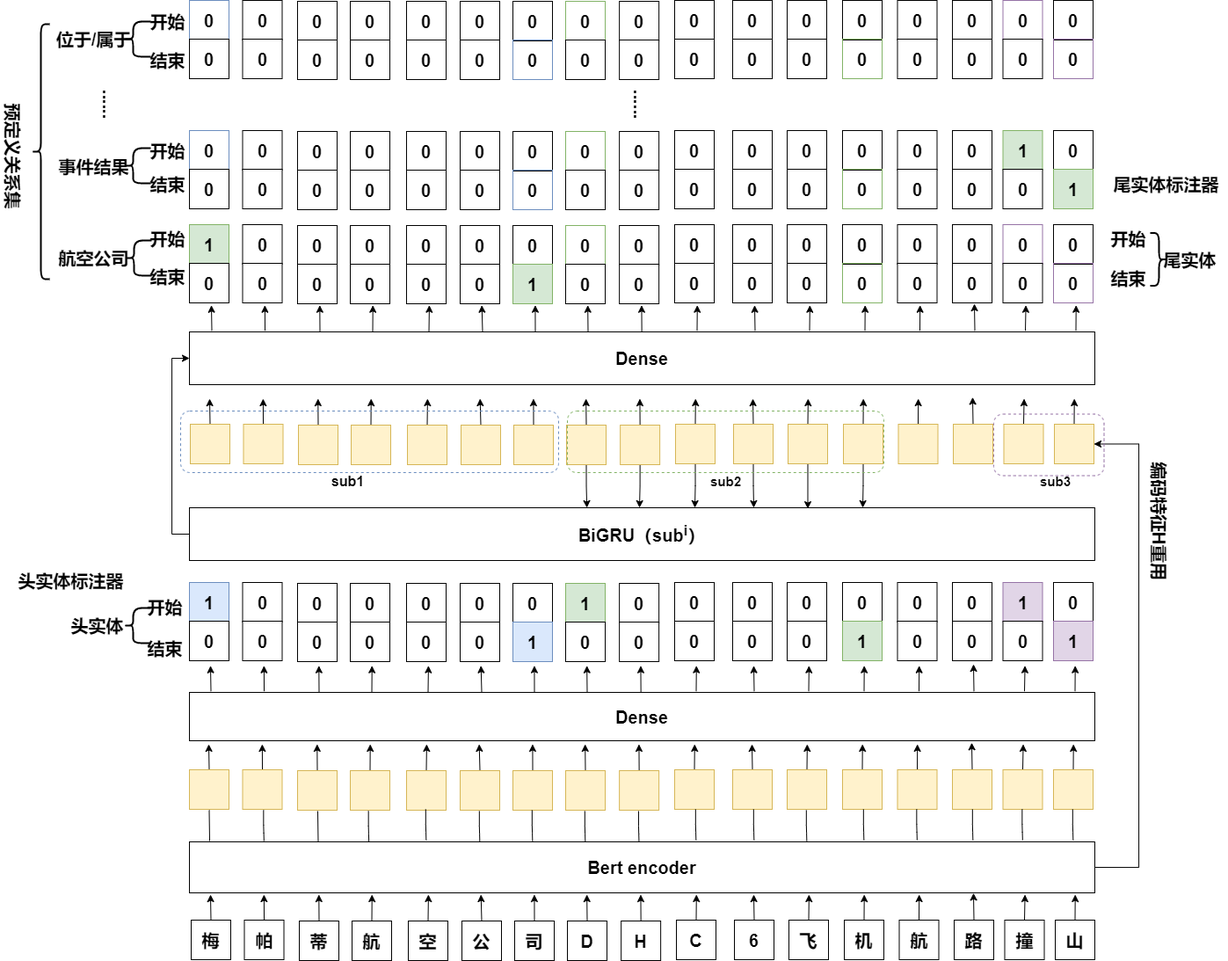
The draw.io diagram 分层序列标注流程图.png in bigbigkid/begin_one, before a commit. Source tidied: cells renumbered, new cells last; positions are measured from the earlier drawing's top-left corner, leaving out a move shared by most shapes.
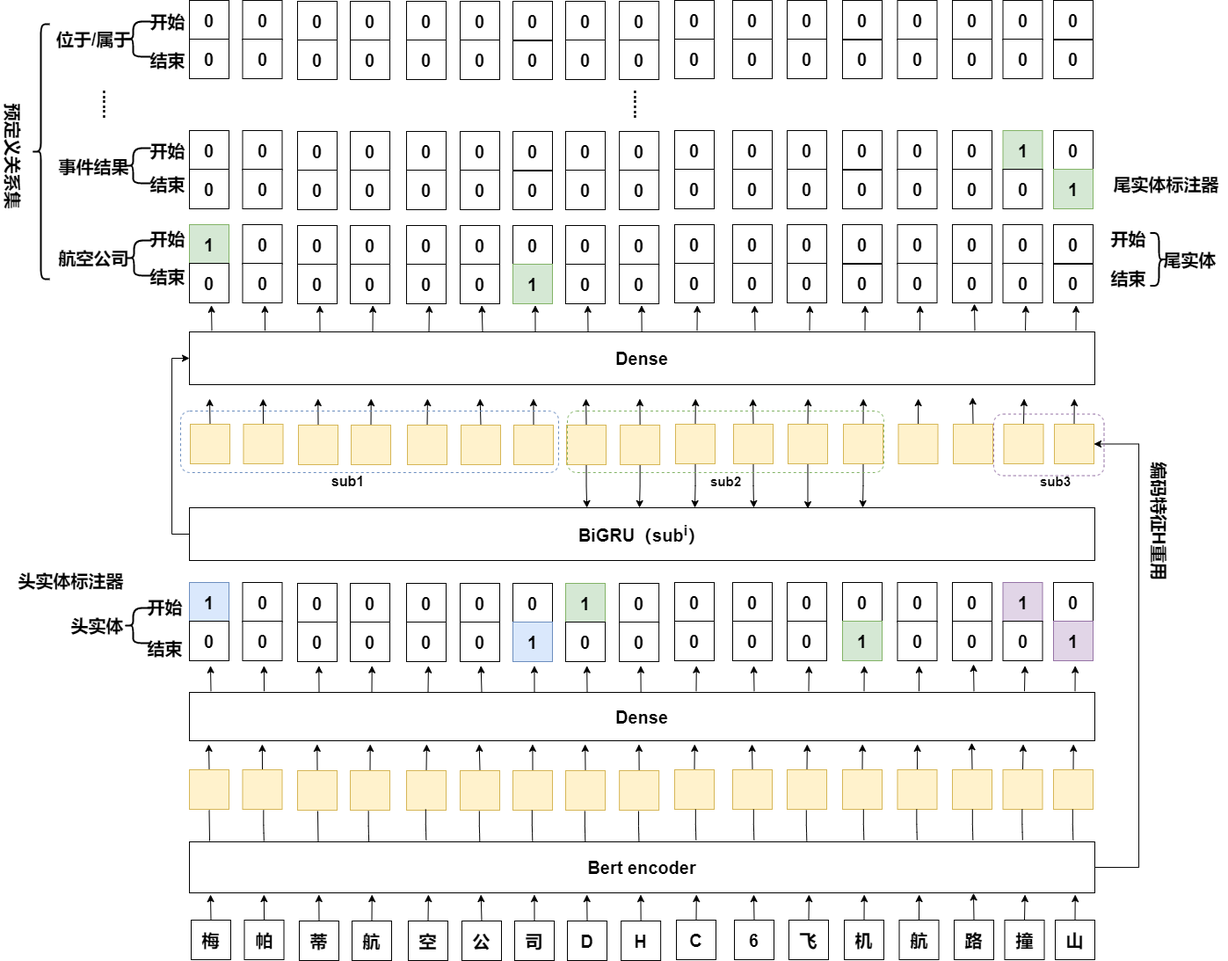
After the commit.

Commit message:
Update 分层序列标注流程图.png

Change to the diagram source:
```diff
@@ -731,7 +731,7 @@
     <mxCell id="193" style="whiteSpace=wrap;html=1;fontSize=20;fontStyle=1;fillColor=#fff2cc;strokeColor=#d6b656;" parent="1" vertex="1">
       <mxGeometry x="1139" y="482" width="45" height="45" as="geometry" />
     </mxCell>
-    <mxCell id="194" value="0" style="whiteSpace=wrap;html=1;fontSize=20;fontStyle=1;strokeColor=#9673a6;fillColor=none;" parent="1" vertex="1">
+    <mxCell id="194" value="0" style="whiteSpace=wrap;html=1;fontSize=20;fontStyle=1;fillColor=none;" parent="1" vertex="1">
       <mxGeometry x="1195.5" y="255" width="45" height="45" as="geometry" />
     </mxCell>
     <mxCell id="195" value="0" style="whiteSpace=wrap;html=1;fontSize=20;fontStyle=1;" parent="1" vertex="1">
@@ -740,7 +740,7 @@
     <mxCell id="196" value="0" style="whiteSpace=wrap;html=1;fontSize=20;fontStyle=1;" parent="1" vertex="1">
       <mxGeometry x="638" y="256" width="45" height="45" as="geometry" />
     </mxCell>
-    <mxCell id="197" value="0" style="whiteSpace=wrap;html=1;fontSize=20;fontStyle=1;strokeColor=#82b366;fillColor=none;" parent="1" vertex="1">
+    <mxCell id="197" value="0" style="whiteSpace=wrap;html=1;fontSize=20;fontStyle=1;fillColor=none;" parent="1" vertex="1">
       <mxGeometry x="698" y="256" width="45" height="45" as="geometry" />
     </mxCell>
     <mxCell id="198" value="0" style="whiteSpace=wrap;html=1;fontSize=20;fontStyle=1;" parent="1" vertex="1">
@@ -785,7 +785,7 @@
     <mxCell id="211" value="0" style="whiteSpace=wrap;html=1;fontSize=20;fontStyle=1;" parent="1" vertex="1">
       <mxGeometry x="1195.5" y="299" width="45" height="45" as="geometry" />
     </mxCell>
-    <mxCell id="212" value="0" style="whiteSpace=wrap;html=1;fontSize=20;fontStyle=1;strokeColor=#9673a6;fillColor=none;" parent="1" vertex="1">
+    <mxCell id="212" value="0" style="whiteSpace=wrap;html=1;fontSize=20;fontStyle=1;fillColor=none;" parent="1" vertex="1">
       <mxGeometry x="1253" y="299" width="45" height="45" as="geometry" />
     </mxCell>
     <mxCell id="213" value="1" style="whiteSpace=wrap;html=1;fontSize=20;fontStyle=1;strokeColor=#82b366;fillColor=#d5e8d4;" parent="1" vertex="1">
@@ -824,7 +824,7 @@
     <mxCell id="224" value="0" style="whiteSpace=wrap;html=1;fontSize=20;fontStyle=1;" parent="1" vertex="1">
       <mxGeometry x="950" y="299" width="45" height="45" as="geometry" />
     </mxCell>
-    <mxCell id="225" value="0" style="whiteSpace=wrap;html=1;fontSize=20;fontStyle=1;strokeColor=#82b366;fillColor=none;" parent="1" vertex="1">
+    <mxCell id="225" value="0" style="whiteSpace=wrap;html=1;fontSize=20;fontStyle=1;fillColor=none;" parent="1" vertex="1">
       <mxGeometry x="1013" y="299" width="45" height="45" as="geometry" />
     </mxCell>
     <mxCell id="226" value="0" style="whiteSpace=wrap;html=1;fontSize=20;fontStyle=1;" parent="1" vertex="1">
@@ -842,13 +842,13 @@
     <mxCell id="230" value="0" style="whiteSpace=wrap;html=1;fontSize=20;fontStyle=1;" parent="1" vertex="1">
       <mxGeometry x="638" y="149" width="45" height="45" as="geometry" />
     </mxCell>
-    <mxCell id="231" value="0" style="whiteSpace=wrap;html=1;fontSize=20;fontStyle=1;strokeColor=#82b366;fillColor=none;" parent="1" vertex="1">
+    <mxCell id="231" value="0" style="whiteSpace=wrap;html=1;fontSize=20;fontStyle=1;fillColor=none;" parent="1" vertex="1">
       <mxGeometry x="698" y="149" width="45" height="45" as="geometry" />
     </mxCell>
     <mxCell id="232" value="0" style="whiteSpace=wrap;html=1;fontSize=20;fontStyle=1;" parent="1" vertex="1">
       <mxGeometry x="759.1" y="149" width="45" height="45" as="geometry" />
     </mxCell>
-    <mxCell id="233" value="0" style="whiteSpace=wrap;html=1;fontSize=20;fontStyle=1;strokeColor=#6c8ebf;fillColor=none;" parent="1" vertex="1">
+    <mxCell id="233" value="0" style="whiteSpace=wrap;html=1;fontSize=20;fontStyle=1;fillColor=none;" parent="1" vertex="1">
       <mxGeometry x="270" y="148" width="45" height="45" as="geometry" />
     </mxCell>
     <mxCell id="234" value="0" style="whiteSpace=wrap;html=1;fontSize=20;fontStyle=1;" parent="1" vertex="1">
@@ -890,7 +890,7 @@
     <mxCell id="246" value="1" style="whiteSpace=wrap;html=1;fontSize=20;fontStyle=1;strokeColor=#82b366;fillColor=#d5e8d4;" parent="1" vertex="1">
       <mxGeometry x="1253" y="192" width="45" height="45" as="geometry" />
     </mxCell>
-    <mxCell id="247" value="0" style="whiteSpace=wrap;html=1;fontSize=20;fontStyle=1;strokeColor=#6c8ebf;fillColor=none;" parent="1" vertex="1">
+    <mxCell id="247" value="0" style="whiteSpace=wrap;html=1;fontSize=20;fontStyle=1;fillColor=none;" parent="1" vertex="1">
       <mxGeometry x="638" y="193" width="45" height="45" as="geometry" />
     </mxCell>
     <mxCell id="248" value="0" style="whiteSpace=wrap;html=1;fontSize=20;fontStyle=1;" parent="1" vertex="1">
@@ -926,7 +926,7 @@
     <mxCell id="258" value="0" style="whiteSpace=wrap;html=1;fontSize=20;fontStyle=1;" parent="1" vertex="1">
       <mxGeometry x="950" y="192" width="45" height="45" as="geometry" />
     </mxCell>
-    <mxCell id="259" value="0" style="whiteSpace=wrap;html=1;fontSize=20;fontStyle=1;strokeColor=#82b366;fillColor=none;" parent="1" vertex="1">
+    <mxCell id="259" value="0" style="whiteSpace=wrap;html=1;fontSize=20;fontStyle=1;fillColor=none;" parent="1" vertex="1">
       <mxGeometry x="1013" y="192" width="45" height="45" as="geometry" />
     </mxCell>
     <mxCell id="260" value="0" style="whiteSpace=wrap;html=1;fontSize=20;fontStyle=1;" parent="1" vertex="1">
@@ -935,7 +935,7 @@
     <mxCell id="261" value="0" style="whiteSpace=wrap;html=1;fontSize=20;fontStyle=1;" parent="1" vertex="1">
       <mxGeometry x="1138" y="192" width="45" height="45" as="geometry" />
     </mxCell>
-    <mxCell id="262" value="0" style="whiteSpace=wrap;html=1;fontSize=20;fontStyle=1;strokeColor=#9673a6;fillColor=none;" parent="1" vertex="1">
+    <mxCell id="262" value="0" style="whiteSpace=wrap;html=1;fontSize=20;fontStyle=1;fillColor=none;" parent="1" vertex="1">
       <mxGeometry x="1195.5" width="45" height="45" as="geometry" />
     </mxCell>
     <mxCell id="263" value="0" style="whiteSpace=wrap;html=1;fontSize=20;fontStyle=1;" parent="1" vertex="1">
@@ -944,13 +944,13 @@
     <mxCell id="264" value="0" style="whiteSpace=wrap;html=1;fontSize=20;fontStyle=1;" parent="1" vertex="1">
       <mxGeometry x="638" y="1" width="45" height="45" as="geometry" />
     </mxCell>
-    <mxCell id="265" value="0" style="whiteSpace=wrap;html=1;fontSize=20;fontStyle=1;strokeColor=#82b366;fillColor=none;" parent="1" vertex="1">
+    <mxCell id="265" value="0" style="whiteSpace=wrap;html=1;fontSize=20;fontStyle=1;fillColor=none;" parent="1" vertex="1">
       <mxGeometry x="698" y="1" width="45" height="45" as="geometry" />
     </mxCell>
     <mxCell id="266" value="0" style="whiteSpace=wrap;html=1;fontSize=20;fontStyle=1;" parent="1" vertex="1">
       <mxGeometry x="759.1" y="1" width="45" height="45" as="geometry" />
     </mxCell>
-    <mxCell id="267" value="0" style="whiteSpace=wrap;html=1;fontSize=20;fontStyle=1;strokeColor=#6c8ebf;fillColor=none;" parent="1" vertex="1">
+    <mxCell id="267" value="0" style="whiteSpace=wrap;html=1;fontSize=20;fontStyle=1;fillColor=none;" parent="1" vertex="1">
       <mxGeometry x="270" width="45" height="45" as="geometry" />
     </mxCell>
     <mxCell id="268" value="0" style="whiteSpace=wrap;html=1;fontSize=20;fontStyle=1;" parent="1" vertex="1">
@@ -989,10 +989,10 @@
     <mxCell id="279" value="0" style="whiteSpace=wrap;html=1;fontSize=20;fontStyle=1;" parent="1" vertex="1">
       <mxGeometry x="1195.5" y="44" width="45" height="45" as="geometry" />
     </mxCell>
-    <mxCell id="280" value="0" style="whiteSpace=wrap;html=1;fontSize=20;fontStyle=1;strokeColor=#9673a6;fillColor=none;" parent="1" vertex="1">
+    <mxCell id="280" value="0" style="whiteSpace=wrap;html=1;fontSize=20;fontStyle=1;fillColor=none;" parent="1" vertex="1">
       <mxGeometry x="1253" y="44" width="45" height="45" as="geometry" />
     </mxCell>
-    <mxCell id="281" value="0" style="whiteSpace=wrap;html=1;fontSize=20;fontStyle=1;strokeColor=#6c8ebf;fillColor=none;" parent="1" vertex="1">
+    <mxCell id="281" value="0" style="whiteSpace=wrap;html=1;fontSize=20;fontStyle=1;fillColor=none;" parent="1" vertex="1">
       <mxGeometry x="638" y="45" width="45" height="45" as="geometry" />
     </mxCell>
     <mxCell id="282" value="0" style="whiteSpace=wrap;html=1;fontSize=20;fontStyle=1;" parent="1" vertex="1">
@@ -1028,7 +1028,7 @@
     <mxCell id="292" value="0" style="whiteSpace=wrap;html=1;fontSize=20;fontStyle=1;" parent="1" vertex="1">
       <mxGeometry x="950" y="44" width="45" height="45" as="geometry" />
     </mxCell>
-    <mxCell id="293" value="0" style="whiteSpace=wrap;html=1;fontSize=20;fontStyle=1;strokeColor=#82b366;fillColor=none;" parent="1" vertex="1">
+    <mxCell id="293" value="0" style="whiteSpace=wrap;html=1;fontSize=20;fontStyle=1;fillColor=none;" parent="1" vertex="1">
       <mxGeometry x="1013" y="44" width="45" height="45" as="geometry" />
     </mxCell>
     <mxCell id="294" value="0" style="whiteSpace=wrap;html=1;fontSize=20;fontStyle=1;" parent="1" vertex="1">
```
